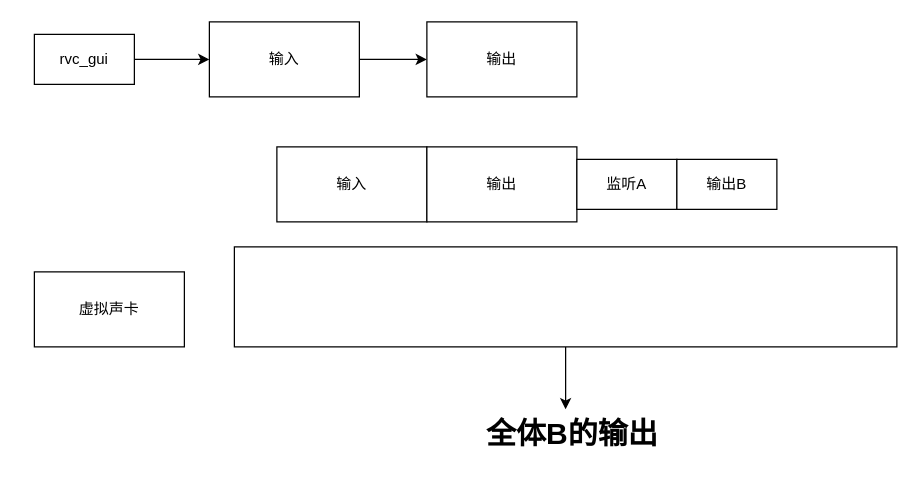
This is 未命名绘图.drawio from lanendiencgr2002/typora-assistant, a draw.io file, before an edit. Source tidied: cells renumbered, new cells numbered last; positions are measured from the earlier drawing's top-left corner, leaving out a move shared by most shapes. Both pictures are drawn from the tidied source at 125%, with x=0, y=0 at pixel (34, 21).
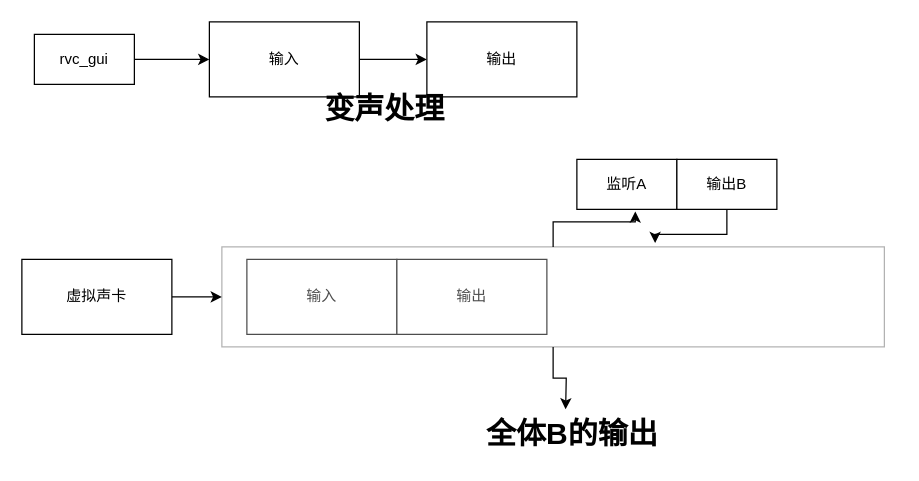
The same diagram, later.

What changed in the source:
```diff
@@
 <mxGraphModel>
   <root>
     <mxCell id="0" />
     <mxCell id="1" parent="0" />
     <mxCell id="2" style="edgeStyle=orthogonalEdgeStyle;rounded=0;jettySize=auto;html=1;exitX=1;exitY=0.5;exitDx=0;exitDy=0;" parent="1" edge="1" source="3" target="5">
       <mxGeometry relative="1" as="geometry" />
     </mxCell>
     <mxCell id="3" value="rvc_gui" style="rounded=0;whiteSpace=wrap;html=1;" parent="1" vertex="1">
       <mxGeometry y="10" width="80" height="40" as="geometry" />
     </mxCell>
     <mxCell id="4" style="edgeStyle=orthogonalEdgeStyle;rounded=0;jettySize=auto;html=1;exitX=1;exitY=0.5;exitDx=0;exitDy=0;entryX=0;entryY=0.5;entryDx=0;entryDy=0;" parent="1" edge="1" source="5" target="6">
       <mxGeometry relative="1" as="geometry" />
     </mxCell>
     <mxCell id="5" value="输入" style="rounded=0;whiteSpace=wrap;html=1;" parent="1" vertex="1">
       <mxGeometry x="140" width="120" height="60" as="geometry" />
     </mxCell>
     <mxCell id="6" value="输出" style="rounded=0;whiteSpace=wrap;html=1;" parent="1" vertex="1">
       <mxGeometry x="314" width="120" height="60" as="geometry" />
     </mxCell>
+    <mxCell id="15" style="edgeStyle=orthogonalEdgeStyle;rounded=0;jettySize=auto;html=1;" parent="1" edge="1" source="7" target="13">
+      <mxGeometry relative="1" as="geometry" />
+    </mxCell>
     <mxCell id="7" value="虚拟声卡" style="rounded=0;whiteSpace=wrap;html=1;" parent="1" vertex="1">
-      <mxGeometry y="200" width="120" height="60" as="geometry" />
+      <mxGeometry x="-10" y="190" width="120" height="60" as="geometry" />
     </mxCell>
     <mxCell id="8" value="输入" style="rounded=0;whiteSpace=wrap;html=1;" parent="1" vertex="1">
-      <mxGeometry x="194" y="100" width="120" height="60" as="geometry" />
+      <mxGeometry x="170" y="190" width="120" height="60" as="geometry" />
     </mxCell>
     <mxCell id="9" value="输出" style="rounded=0;whiteSpace=wrap;html=1;" parent="1" vertex="1">
-      <mxGeometry x="314" y="100" width="120" height="60" as="geometry" />
+      <mxGeometry x="290" y="190" width="120" height="60" as="geometry" />
     </mxCell>
     <mxCell id="10" value="监听A" style="rounded=0;whiteSpace=wrap;html=1;" parent="1" vertex="1">
       <mxGeometry x="434" y="110" width="80" height="40" as="geometry" />
     </mxCell>
     <mxCell id="11" value="输出B" style="rounded=0;whiteSpace=wrap;html=1;" parent="1" vertex="1">
       <mxGeometry x="514" y="110" width="80" height="40" as="geometry" />
     </mxCell>
     <mxCell id="12" style="edgeStyle=orthogonalEdgeStyle;rounded=0;jettySize=auto;html=1;" parent="1" edge="1" source="13">
       <mxGeometry relative="1" as="geometry">
         <mxPoint x="425" y="310" as="targetPoint" />
       </mxGeometry>
     </mxCell>
-    <mxCell id="13" style="rounded=0;whiteSpace=wrap;html=1;" parent="1" vertex="1">
-      <mxGeometry x="160" y="180" width="530" height="80" as="geometry" />
+    <mxCell id="13" style="rounded=0;whiteSpace=wrap;html=1;opacity=30;" parent="1" vertex="1">
+      <mxGeometry x="150" y="180" width="530" height="80" as="geometry" />
     </mxCell>
     <mxCell id="14" value="全体B的输出" style="text;strokeColor=none;fillColor=none;html=1;fontSize=24;fontStyle=1;verticalAlign=middle;align=center;" parent="1" vertex="1">
       <mxGeometry x="380" y="310" width="100" height="40" as="geometry" />
     </mxCell>
+    <mxCell id="16" style="edgeStyle=orthogonalEdgeStyle;rounded=0;jettySize=auto;html=1;entryX=0.584;entryY=1.04;entryDx=0;entryDy=0;entryPerimeter=0;" parent="1" edge="1" source="13" target="10">
+      <mxGeometry relative="1" as="geometry" />
+    </mxCell>
+    <mxCell id="17" style="edgeStyle=orthogonalEdgeStyle;rounded=0;jettySize=auto;html=1;entryX=0.654;entryY=-0.038;entryDx=0;entryDy=0;entryPerimeter=0;" parent="1" edge="1" source="11" target="13">
+      <mxGeometry relative="1" as="geometry" />
+    </mxCell>
+    <mxCell id="18" value="变声处理" style="text;strokeColor=none;fillColor=none;html=1;fontSize=24;fontStyle=1;verticalAlign=middle;align=center;" parent="1" vertex="1">
+      <mxGeometry x="230" y="50" width="100" height="40" as="geometry" />
+    </mxCell>
   </root>
 </mxGraphModel>
```
